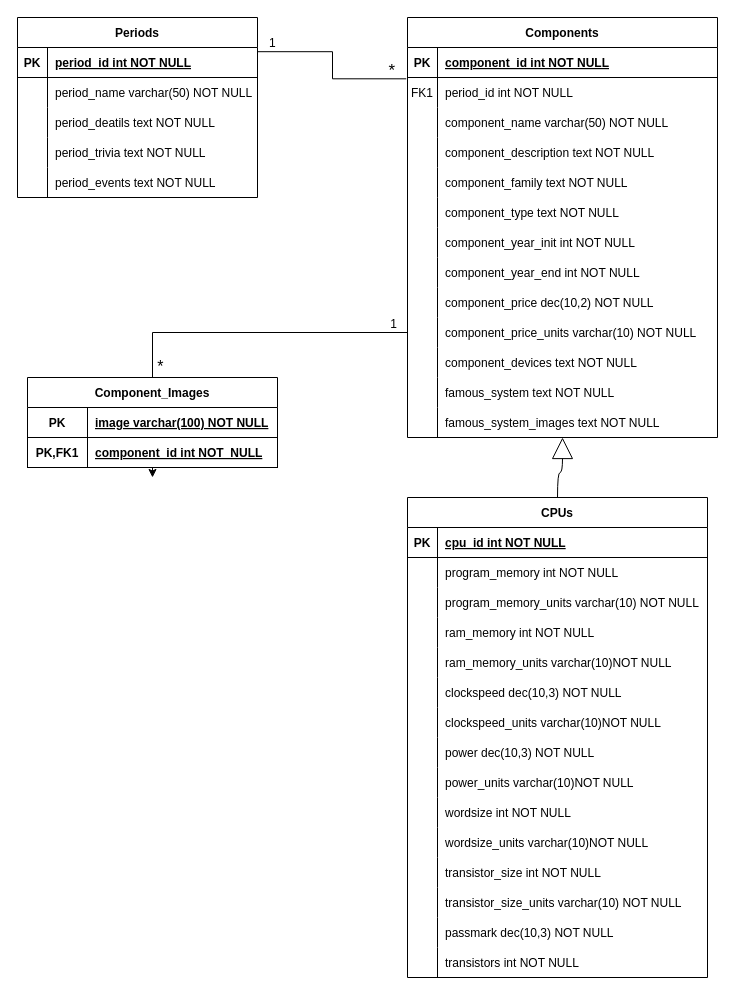
This is documentacion/figures/database_e-r.drawio from isafdezpe/museo-eii, a draw.io file, before an edit. Source tidied: cells renumbered, new cells numbered last; positions are measured from the earlier drawing's top-left corner, leaving out a move shared by most shapes. Both pictures are drawn from the tidied source at 100%, with x=0, y=0 at pixel (17, 17).
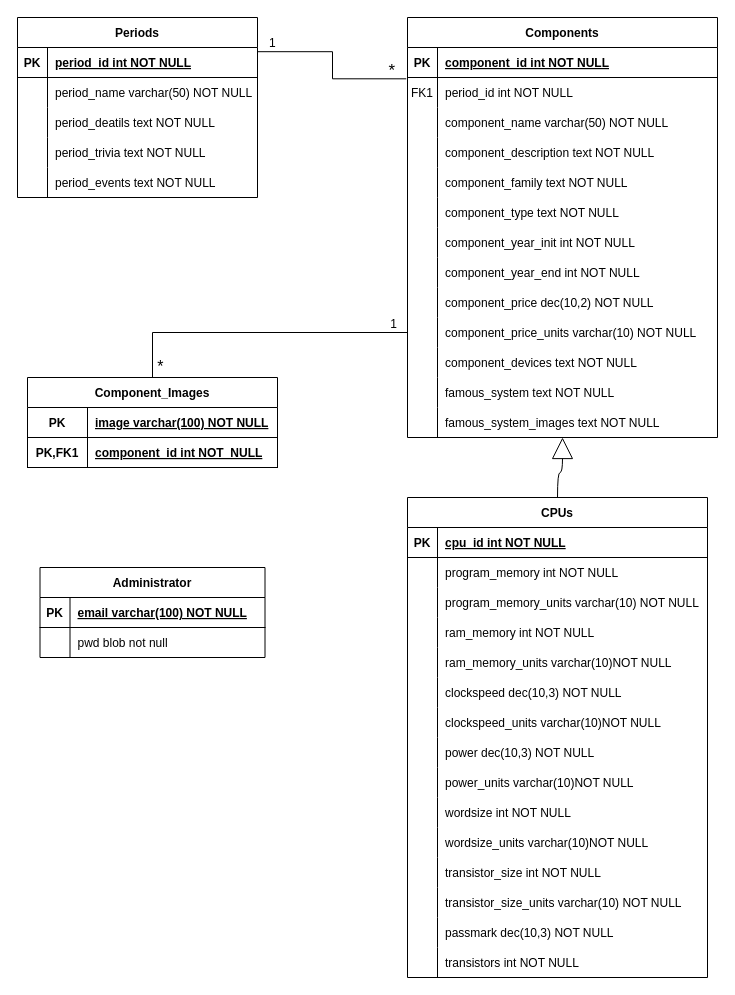
Above is the later version.

Unchanged cells that the change refers to:
```xml
<mxCell id="108" value="Component_Images" style="shape=table;startSize=30;childLayout=tableLayout;rowLines=0;fontStyle=1;align=center;" parent="1" vertex="1">
  <mxGeometry x="10" y="360" width="250" height="90" as="geometry" />
</mxCell>
<mxCell id="112" style="shape=partialRectangle;fillColor=none;top=0;left=0;bottom=1;right=0;points=[[0,0.5],[1,0.5]];portConstraint=eastwest;" parent="108" vertex="1">
  <mxGeometry y="60" width="250" height="30" as="geometry" />
</mxCell>
```

Diff of the diagram source:
```diff
@@
-    <mxCell id="115" style="edgeStyle=orthogonalEdgeStyle;rounded=0;jettySize=auto;html=1;exitX=0.5;exitY=1;exitDx=0;exitDy=0;entryX=0.5;entryY=1.333;entryDx=0;entryDy=0;entryPerimeter=0;" parent="108" edge="1" source="108" target="112">
-      <mxGeometry relative="1" as="geometry" />
-    </mxCell>
@@
+    <mxCell id="119" value="Administrator" style="shape=table;startSize=30;childLayout=tableLayout;rowLines=0;fontStyle=1;align=center;" parent="1" vertex="1">
+      <mxGeometry x="22.5" y="550" width="225" height="90" as="geometry" />
+    </mxCell>
+    <mxCell id="120" style="shape=tableRow;horizontal=0;startSize=0;swimlaneHead=0;swimlaneBody=0;fillColor=none;top=0;left=0;right=0;bottom=1;" parent="119" vertex="1">
+      <mxGeometry y="30" width="225" height="30" as="geometry" />
+    </mxCell>
+    <mxCell id="121" value="PK" style="shape=partialRectangle;fillColor=none;top=0;left=0;bottom=0;right=0;fontStyle=1;overflow=hidden;" parent="120" vertex="1">
+      <mxGeometry width="30" height="30" as="geometry" />
+    </mxCell>
+    <mxCell id="122" value="email varchar(100) NOT NULL" style="shape=partialRectangle;fillColor=none;top=0;left=0;bottom=0;right=0;align=left;spacingLeft=6;fontStyle=5;overflow=hidden;" parent="120" vertex="1">
+      <mxGeometry x="30" width="195" height="30" as="geometry" />
+    </mxCell>
+    <mxCell id="123" style="shape=tableRow;horizontal=0;startSize=0;swimlaneHead=0;swimlaneBody=0;fillColor=none;top=0;left=0;right=0;bottom=0;" parent="119" vertex="1">
+      <mxGeometry y="60" width="225" height="30" as="geometry" />
+    </mxCell>
+    <mxCell id="124" style="shape=partialRectangle;fillColor=none;top=0;left=0;bottom=0;right=0;overflow=hidden;" parent="123" vertex="1">
+      <mxGeometry width="30" height="30" as="geometry" />
+    </mxCell>
+    <mxCell id="125" value="pwd blob not null" style="shape=partialRectangle;fillColor=none;top=0;left=0;bottom=0;right=0;align=left;spacingLeft=6;overflow=hidden;" parent="123" vertex="1">
+      <mxGeometry x="30" width="195" height="30" as="geometry" />
+    </mxCell>
```
